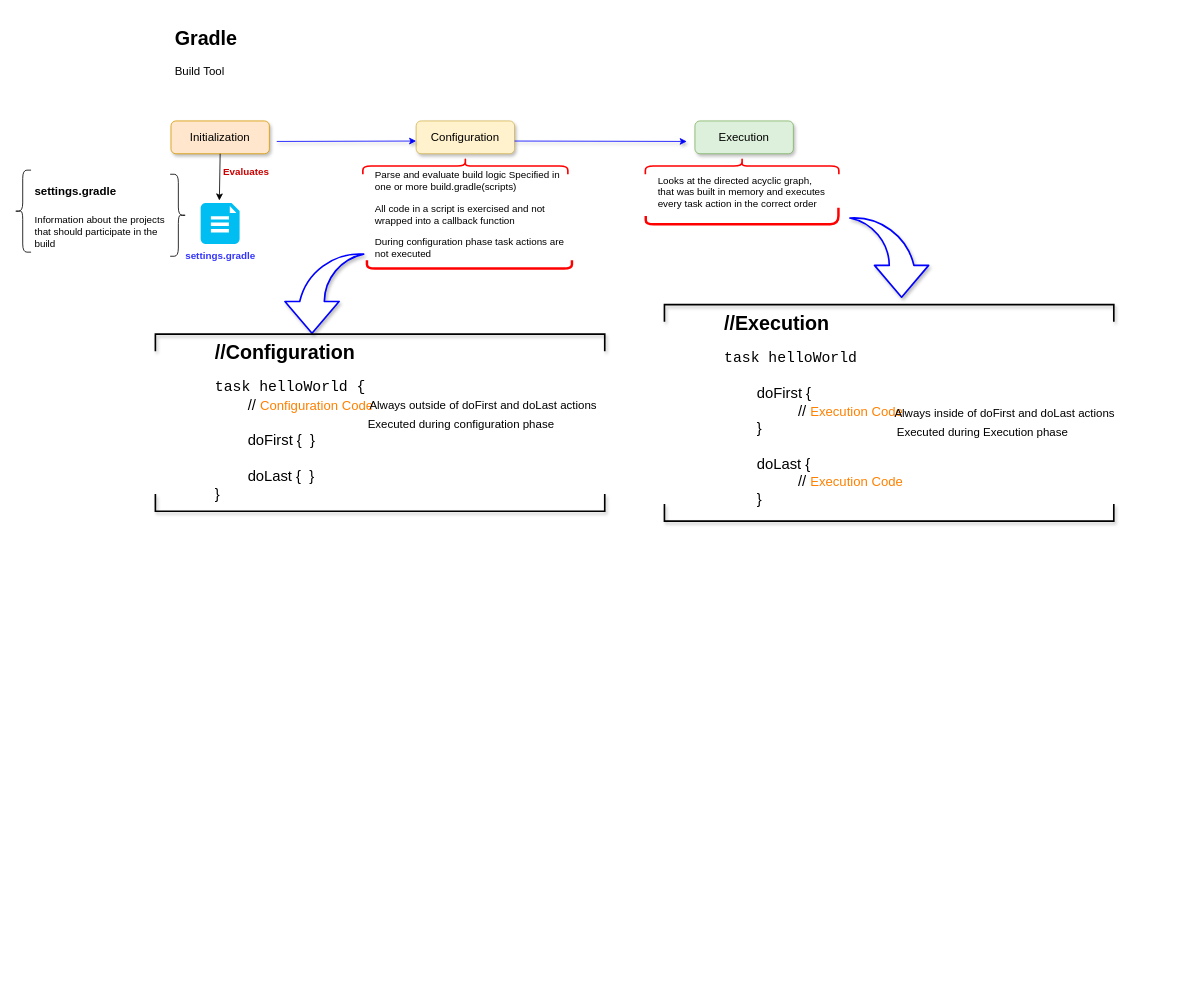
Earlier version of the draw.io diagram gradle.drawio (PramodNegi/problem-solving-techniques). Source tidied: cells renumbered, new cells numbered last; positions are measured from the earlier drawing's top-left corner, leaving out a move shared by most shapes. Both pictures are drawn from the tidied source at 82%, with x=0, y=0 at pixel (14, 22).
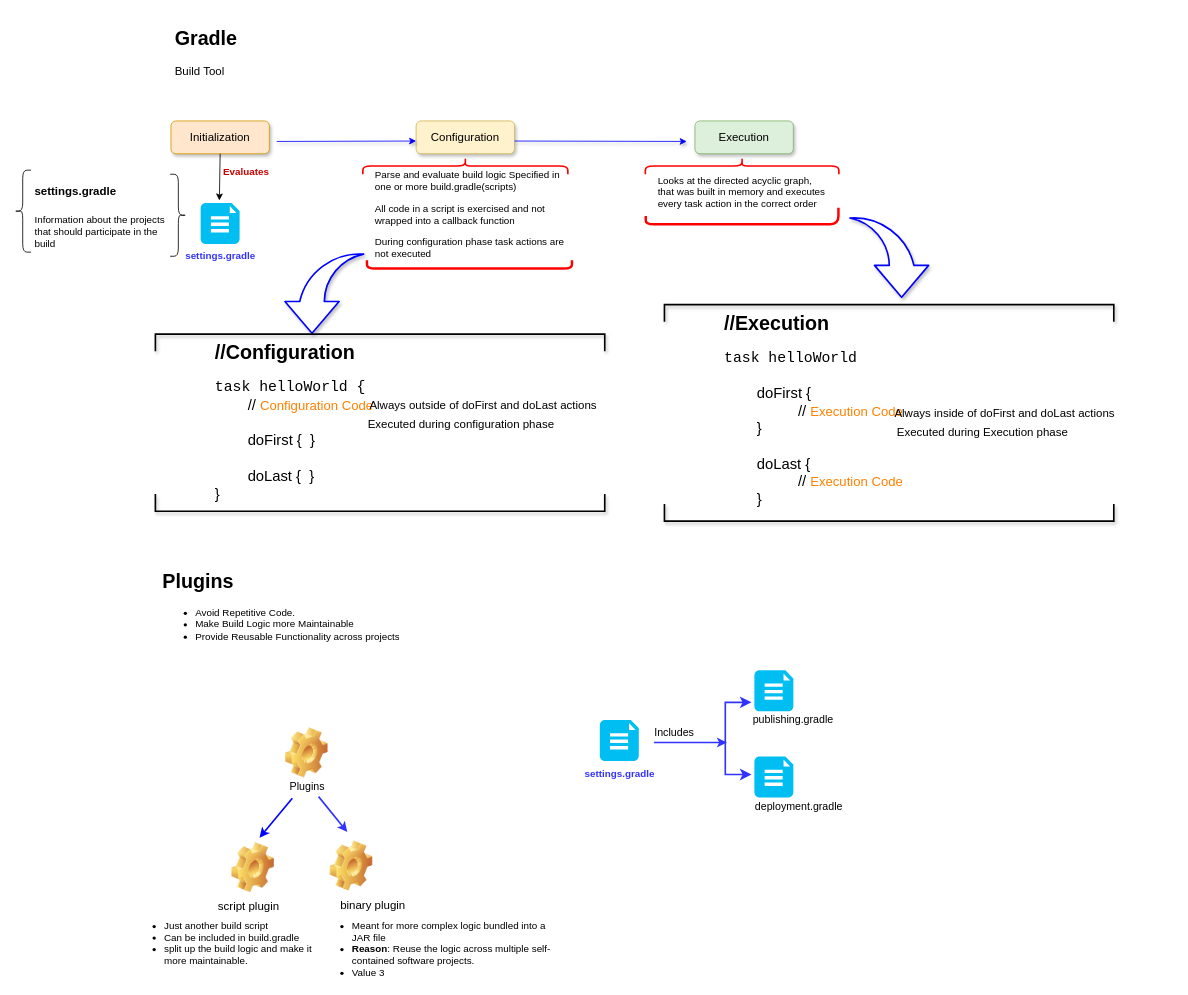
The same diagram, later.

The edit, as a diff of the source:
```diff
@@
+    <mxCell id="34" value="&lt;h1&gt;Plugins&lt;/h1&gt;&lt;p&gt;&lt;/p&gt;&lt;ul&gt;&lt;li&gt;Avoid Repetitive Code.&lt;/li&gt;&lt;li&gt;Make Build Logic more Maintainable&lt;/li&gt;&lt;li&gt;Provide Reusable Functionality across projects&lt;/li&gt;&lt;/ul&gt;&lt;p&gt;&lt;/p&gt;&lt;p&gt;&lt;br&gt;&lt;/p&gt;" style="text;html=1;spacing=5;spacingTop=-20;whiteSpace=wrap;overflow=hidden;rounded=0;" parent="1" vertex="1">
+      <mxGeometry x="176" y="662" width="304" height="120" as="geometry" />
+    </mxCell>
+    <mxCell id="35" style="shape=image;html=1;verticalLabelPosition=bottom;verticalAlign=top;imageAspect=1;image=img/clipart/Gear_128x128.png;" parent="1" vertex="1">
+      <mxGeometry x="330.5" y="860" width="52" height="61" as="geometry" />
+    </mxCell>
+    <mxCell id="36" value="&lt;font style=&quot;font-size: 13px;&quot;&gt;Plugins&lt;/font&gt;" style="text;html=1;align=center;verticalAlign=middle;strokeColor=none;fillColor=none;" parent="1" vertex="1">
+      <mxGeometry x="326" y="917" width="61" height="28" as="geometry" />
+    </mxCell>
+    <mxCell id="37" style="endArrow=classic;html=1;rounded=0;flowAnimation=1;strokeColor=#0000FF;strokeWidth=2;" parent="1" edge="1">
+      <mxGeometry relative="1" as="geometry">
+        <mxPoint x="339" y="946" as="sourcePoint" />
+        <mxPoint x="299" y="994" as="targetPoint" />
+      </mxGeometry>
+    </mxCell>
+    <mxCell id="38" style="endArrow=classic;html=1;rounded=0;flowAnimation=1;strokeWidth=2;strokeColor=#3333FF;" parent="1" edge="1">
+      <mxGeometry relative="1" as="geometry">
+        <mxPoint x="371" y="944" as="sourcePoint" />
+        <mxPoint x="406" y="987" as="targetPoint" />
+      </mxGeometry>
+    </mxCell>
+    <mxCell id="39" style="shape=image;html=1;verticalLabelPosition=bottom;verticalAlign=top;imageAspect=1;image=img/clipart/Gear_128x128.png;" parent="1" vertex="1">
+      <mxGeometry x="265" y="1000" width="52" height="61" as="geometry" />
+    </mxCell>
+    <mxCell id="40" style="shape=image;html=1;verticalLabelPosition=bottom;verticalAlign=top;imageAspect=1;image=img/clipart/Gear_128x128.png;" parent="1" vertex="1">
+      <mxGeometry x="385" y="998" width="52" height="61" as="geometry" />
+    </mxCell>
+    <mxCell id="41" value="&lt;font style=&quot;font-size: 14px;&quot;&gt;script plugin&lt;/font&gt;" style="text;html=1;align=center;verticalAlign=middle;whiteSpace=wrap;rounded=0;" parent="1" vertex="1">
+      <mxGeometry x="247" y="1063" width="78" height="30" as="geometry" />
+    </mxCell>
+    <mxCell id="42" value="&lt;font style=&quot;font-size: 14px;&quot;&gt;binary plugin&lt;/font&gt;" style="text;html=1;align=center;verticalAlign=middle;whiteSpace=wrap;rounded=0;" parent="1" vertex="1">
+      <mxGeometry x="381" y="1061" width="113" height="30" as="geometry" />
+    </mxCell>
+    <mxCell id="43" style="verticalLabelPosition=bottom;html=1;verticalAlign=top;align=center;strokeColor=none;fillColor=#00BEF2;shape=mxgraph.azure.file_2;" parent="1" vertex="1">
+      <mxGeometry x="714" y="850.5" width="47.5" height="50" as="geometry" />
+    </mxCell>
+    <mxCell id="44" value="&lt;span style=&quot;color: rgb(51, 51, 255); text-wrap: wrap;&quot;&gt;&lt;b&gt;settings.gradle&lt;/b&gt;&lt;/span&gt;" style="text;html=1;align=center;verticalAlign=middle;strokeColor=none;fillColor=none;" parent="1" vertex="1">
+      <mxGeometry x="682.8" y="900.5" width="110" height="30" as="geometry" />
+    </mxCell>
+    <mxCell id="45" style="endArrow=classic;html=1;rounded=0;flowAnimation=1;strokeWidth=2;strokeColor=#3333FF;" parent="1" edge="1">
+      <mxGeometry relative="1" as="geometry">
+        <mxPoint x="780" y="878" as="sourcePoint" />
+        <mxPoint x="869" y="878" as="targetPoint" />
+      </mxGeometry>
+    </mxCell>
+    <mxCell id="46" style="edgeStyle=segmentEdgeStyle;endArrow=classic;html=1;curved=0;rounded=0;endSize=8;startSize=8;flowAnimation=1;strokeWidth=2;strokeColor=#3333FF;" parent="1" edge="1">
+      <mxGeometry relative="1" as="geometry">
+        <mxPoint x="867" y="879" as="sourcePoint" />
+        <mxPoint x="899" y="829" as="targetPoint" />
+        <Array as="points">
+          <mxPoint x="867" y="879" />
+          <mxPoint x="867" y="829" />
+        </Array>
+      </mxGeometry>
+    </mxCell>
+    <mxCell id="47" style="edgeStyle=segmentEdgeStyle;endArrow=classic;html=1;curved=0;rounded=0;endSize=8;startSize=8;flowAnimation=1;strokeWidth=2;strokeColor=#3333FF;" parent="1" edge="1">
+      <mxGeometry relative="1" as="geometry">
+        <mxPoint x="867" y="877" as="sourcePoint" />
+        <mxPoint x="899" y="917" as="targetPoint" />
+        <Array as="points">
+          <mxPoint x="867" y="917" />
+        </Array>
+      </mxGeometry>
+    </mxCell>
+    <mxCell id="48" value="&lt;font style=&quot;font-size: 13px;&quot;&gt;Includes&lt;/font&gt;" style="text;html=1;align=center;verticalAlign=middle;whiteSpace=wrap;rounded=0;" parent="1" vertex="1">
+      <mxGeometry x="775" y="851" width="60" height="30" as="geometry" />
+    </mxCell>
+    <mxCell id="49" style="verticalLabelPosition=bottom;html=1;verticalAlign=top;align=center;strokeColor=none;fillColor=#00BEF2;shape=mxgraph.azure.file_2;" parent="1" vertex="1">
+      <mxGeometry x="902.5" y="790" width="47.5" height="50" as="geometry" />
+    </mxCell>
+    <mxCell id="50" style="verticalLabelPosition=bottom;html=1;verticalAlign=top;align=center;strokeColor=none;fillColor=#00BEF2;shape=mxgraph.azure.file_2;" parent="1" vertex="1">
+      <mxGeometry x="902.5" y="895" width="47.5" height="50" as="geometry" />
+    </mxCell>
+    <mxCell id="51" value="&lt;font style=&quot;font-size: 13px;&quot;&gt;publishing.gradle&lt;/font&gt;" style="text;html=1;align=center;verticalAlign=middle;whiteSpace=wrap;rounded=0;" parent="1" vertex="1">
+      <mxGeometry x="920" y="835" width="60" height="30" as="geometry" />
+    </mxCell>
+    <mxCell id="52" value="&lt;font style=&quot;font-size: 13px;&quot;&gt;deployment.gradle&lt;/font&gt;" style="text;html=1;align=center;verticalAlign=middle;whiteSpace=wrap;rounded=0;" parent="1" vertex="1">
+      <mxGeometry x="927" y="941" width="60" height="30" as="geometry" />
+    </mxCell>
+    <mxCell id="53" value="&lt;ul&gt;&lt;li&gt;&lt;span style=&quot;background-color: initial;&quot;&gt;Just another build script&lt;/span&gt;&lt;/li&gt;&lt;li&gt;&lt;span style=&quot;background-color: initial;&quot;&gt;Can be included in build.gradle&lt;/span&gt;&lt;/li&gt;&lt;li&gt;&lt;span style=&quot;background-color: initial;&quot;&gt;split up the build logic and make it more maintainable.&amp;nbsp;&lt;/span&gt;&lt;/li&gt;&lt;/ul&gt;" style="text;strokeColor=none;fillColor=none;html=1;whiteSpace=wrap;verticalAlign=middle;overflow=hidden;" parent="1" vertex="1">
+      <mxGeometry x="141" y="1080" width="222.5" height="80" as="geometry" />
+    </mxCell>
+    <mxCell id="54" value="&lt;ul&gt;&lt;li&gt;Meant for more complex logic bundled into a JAR file&lt;/li&gt;&lt;li&gt;&lt;b&gt;Reason&lt;/b&gt;: Reuse the logic across multiple self-contained software projects.&lt;/li&gt;&lt;li&gt;Value 3&lt;/li&gt;&lt;/ul&gt;" style="text;strokeColor=none;fillColor=none;html=1;whiteSpace=wrap;verticalAlign=middle;overflow=hidden;" parent="1" vertex="1">
+      <mxGeometry x="370" y="1080" width="300" height="90" as="geometry" />
+    </mxCell>
```
